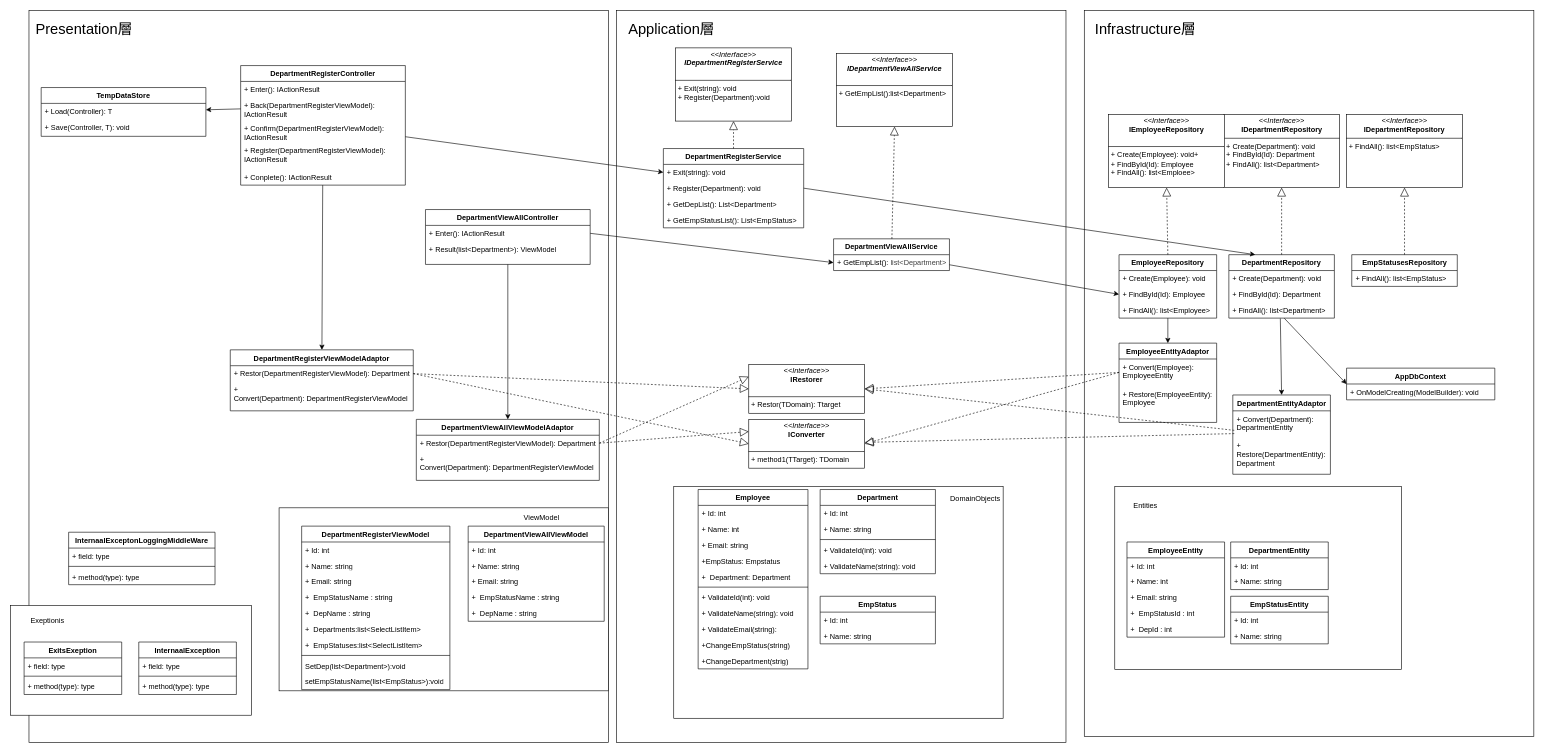
Above: page "Department" (2 of 2) of docs/02_design/Class_figure.dio in Keiichiro-Murayama/csharp_training_202605 (draw.io), before the change. Source tidied: cells renumbered, new cells numbered last; positions are measured from the earlier drawing's top-left corner, leaving out a move shared by most shapes. Both pictures are drawn from the tidied source at 61%, with x=0, y=0 at pixel (10, 10).
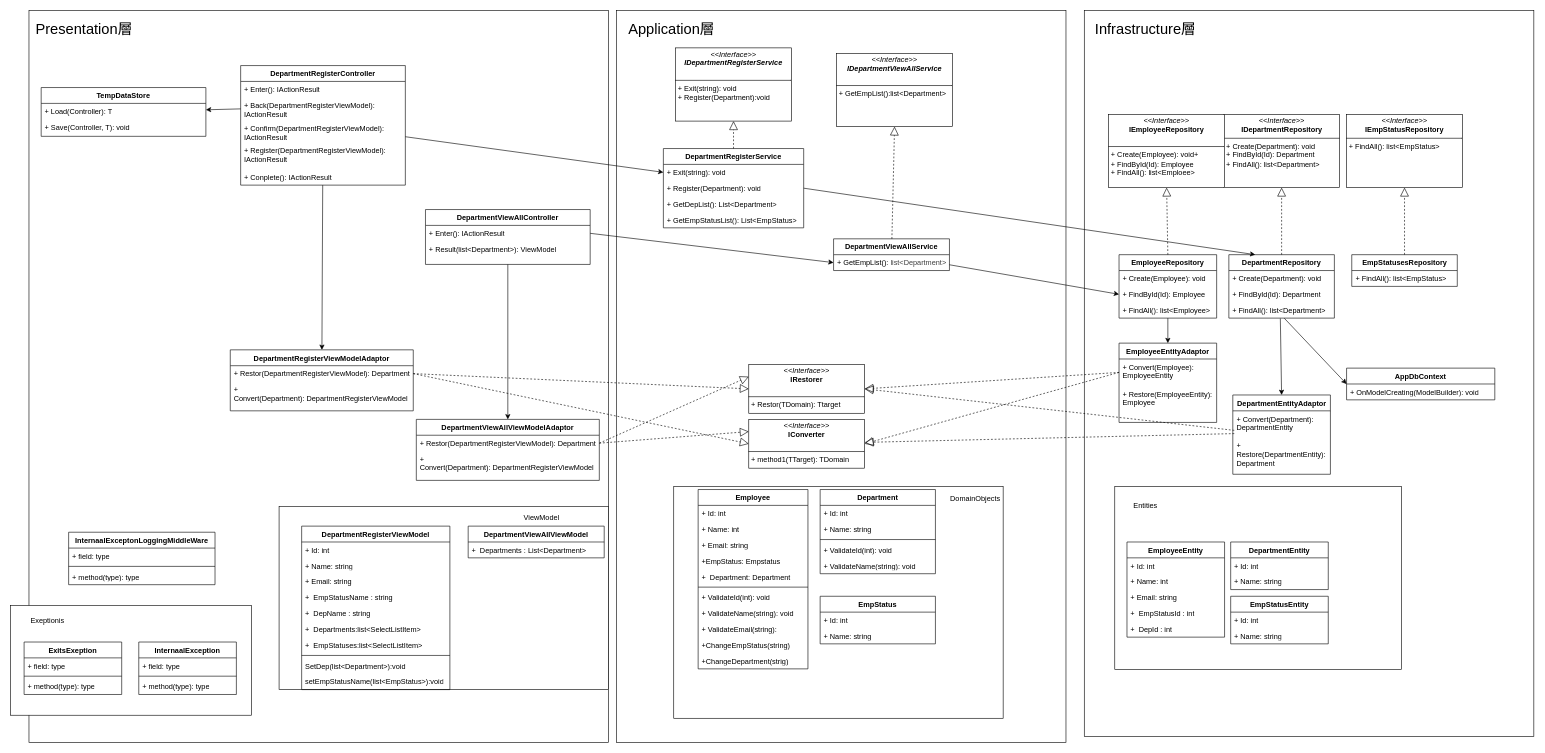
The same page after the edit.

The edit, as a diff of the source:
```diff
@@
     <mxCell id="8" style="whiteSpace=wrap;html=1;" parent="1" vertex="1">
-      <mxGeometry x="440" y="815" width="540" height="300" as="geometry" />
+      <mxGeometry x="440" y="813" width="540" height="300" as="geometry" />
     </mxCell>
@@
-    <mxCell id="126" value="&lt;p style=&quot;margin:0px;margin-top:4px;text-align:center;&quot;&gt;&lt;i&gt;&amp;lt;&amp;lt;Interface&amp;gt;&amp;gt;&lt;/i&gt;&lt;br&gt;&lt;b&gt;IDepartmentRepository&lt;/b&gt;&lt;/p&gt;&lt;hr size=&quot;1&quot; style=&quot;border-style:solid;&quot;&gt;&lt;p style=&quot;margin:0px;margin-left:4px;&quot;&gt;&lt;span style=&quot;background-color: transparent;&quot;&gt;+ FindAll(): list&amp;lt;EmpStatus&amp;gt;&lt;/span&gt;&lt;/p&gt;" style="verticalAlign=top;align=left;overflow=fill;html=1;whiteSpace=wrap;" parent="1" vertex="1">
+    <mxCell id="126" value="&lt;p style=&quot;margin:0px;margin-top:4px;text-align:center;&quot;&gt;&lt;i&gt;&amp;lt;&amp;lt;Interface&amp;gt;&amp;gt;&lt;/i&gt;&lt;br&gt;&lt;b&gt;IEmpStatusRepository&lt;/b&gt;&lt;/p&gt;&lt;hr size=&quot;1&quot; style=&quot;border-style:solid;&quot;&gt;&lt;p style=&quot;margin:0px;margin-left:4px;&quot;&gt;&lt;span style=&quot;background-color: transparent;&quot;&gt;+ FindAll(): list&amp;lt;EmpStatus&amp;gt;&lt;/span&gt;&lt;/p&gt;" style="verticalAlign=top;align=left;overflow=fill;html=1;whiteSpace=wrap;" parent="1" vertex="1">
       <mxGeometry x="2190" y="170" width="190" height="120" as="geometry" />
     </mxCell>
@@
     <mxCell id="145" value="DepartmentViewAllViewModel" style="swimlane;fontStyle=1;align=center;verticalAlign=top;horizontal=1;startSize=26;whiteSpace=wrap;html=1;" parent="1" vertex="1">
-      <mxGeometry x="750" y="845" width="223" height="156" as="geometry" />
+      <mxGeometry x="750" y="845" width="223" height="52" as="geometry" />
     </mxCell>
-    <mxCell id="146" value="+ Id: int&amp;nbsp;" style="text;strokeColor=none;fillColor=none;align=left;verticalAlign=top;spacingLeft=4;spacingRight=4;overflow=hidden;whiteSpace=wrap;html=1;" parent="145" vertex="1">
-      <mxGeometry y="26" width="223" height="26" as="geometry" />
-    </mxCell>
-    <mxCell id="147" value="+ Name: string" style="text;strokeColor=none;fillColor=none;align=left;verticalAlign=top;spacingLeft=4;spacingRight=4;overflow=hidden;whiteSpace=wrap;html=1;" parent="145" vertex="1">
-      <mxGeometry y="52" width="223" height="26" as="geometry" />
-    </mxCell>
-    <mxCell id="148" value="+ Email: string&amp;nbsp;" style="text;strokeColor=none;fillColor=none;align=left;verticalAlign=top;spacingLeft=4;spacingRight=4;overflow=hidden;whiteSpace=wrap;html=1;" parent="145" vertex="1">
-      <mxGeometry y="78" width="223" height="26" as="geometry" />
-    </mxCell>
-    <mxCell id="149" value="+&amp;nbsp; EmpStatusName : string" style="text;strokeColor=none;fillColor=none;align=left;verticalAlign=top;spacingLeft=4;spacingRight=4;overflow=hidden;whiteSpace=wrap;html=1;" parent="145" vertex="1">
-      <mxGeometry y="104" width="223" height="26" as="geometry" />
-    </mxCell>
-    <mxCell id="150" value="+&amp;nbsp; DepName : string" style="text;strokeColor=none;fillColor=none;align=left;verticalAlign=top;spacingLeft=4;spacingRight=4;overflow=hidden;whiteSpace=wrap;html=1;" parent="145" vertex="1">
-      <mxGeometry y="130" width="223" height="26" as="geometry" />
+    <mxCell id="150" value="+&amp;nbsp; Departments : List&amp;lt;Department&amp;gt;" style="text;strokeColor=none;fillColor=none;align=left;verticalAlign=top;spacingLeft=4;spacingRight=4;overflow=hidden;whiteSpace=wrap;html=1;" parent="145" vertex="1">
+      <mxGeometry y="26" width="223" height="26" as="geometry" />
     </mxCell>
```
